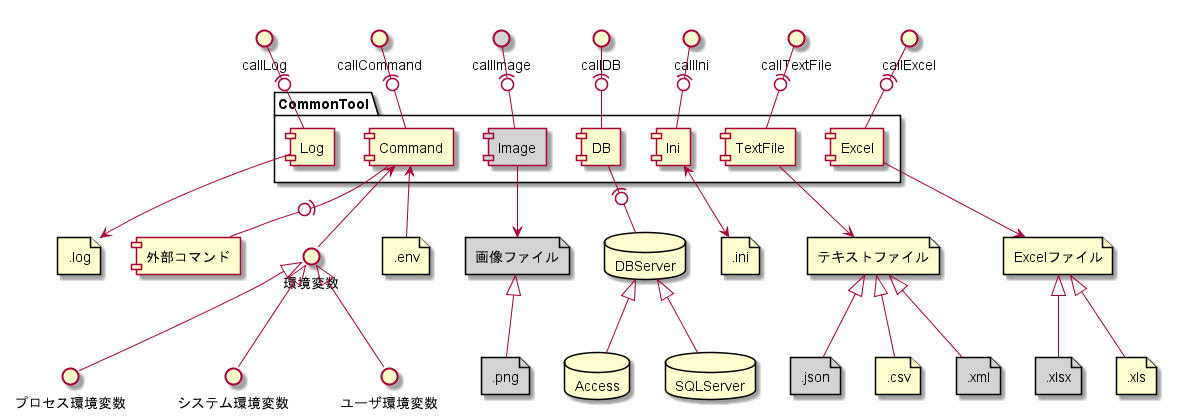
hirorich/CommonTool keeps this PlantUML diagram as doc/02_基本設計/コンポーネント図.png. Above is the earlier version.
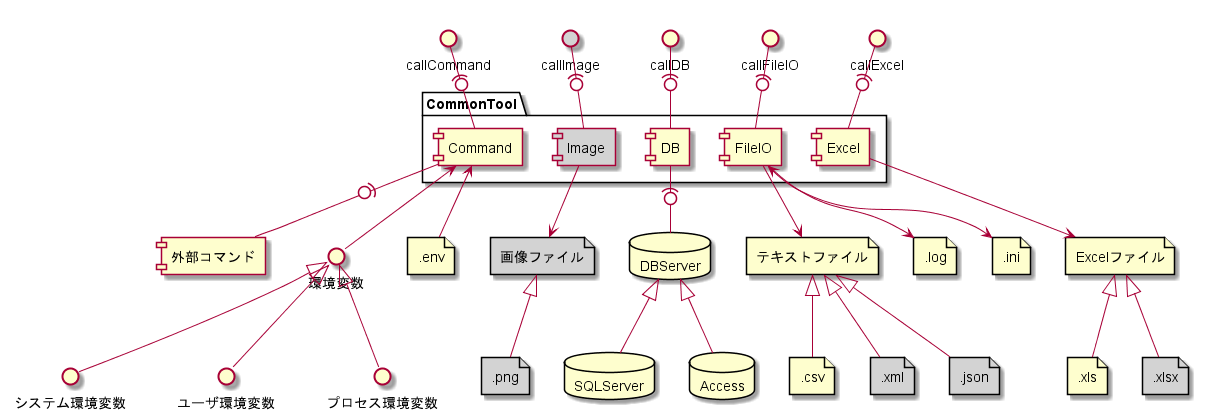
The same file after the commit.

Commit message:
ini, csv, log を FileIO に統合

Change to the diagram source:
```diff
@@ -4,10 +4,8 @@
   component Command
   component Image #lightgrey
   component DB
-  component Ini
-  component TextFile
+  component FileIO
   component Excel
-  component Log
 }
 
 database DBServer
@@ -34,9 +32,6 @@
 file ".env" as env
 file .png as png #lightgrey
 
-callLog -(0- Log
-Log --> ログファイル
-
 callCommand -(0- Command
 Command -(0- 外部コマンド
 Command <-- env
@@ -55,11 +50,10 @@
 DBServer <|-- SQLServer
 DBServer <|-- Access
 
-callIni -(0- Ini
-Ini <--> IniFile
-
-callTextFile -(0- TextFile
-TextFile --> text
+callFileIO -(0- FileIO
+FileIO --> ログファイル
+FileIO <--> IniFile
+FileIO --> text
 text <|-- csv
 text <|-- xml
 text <|-- json
```
